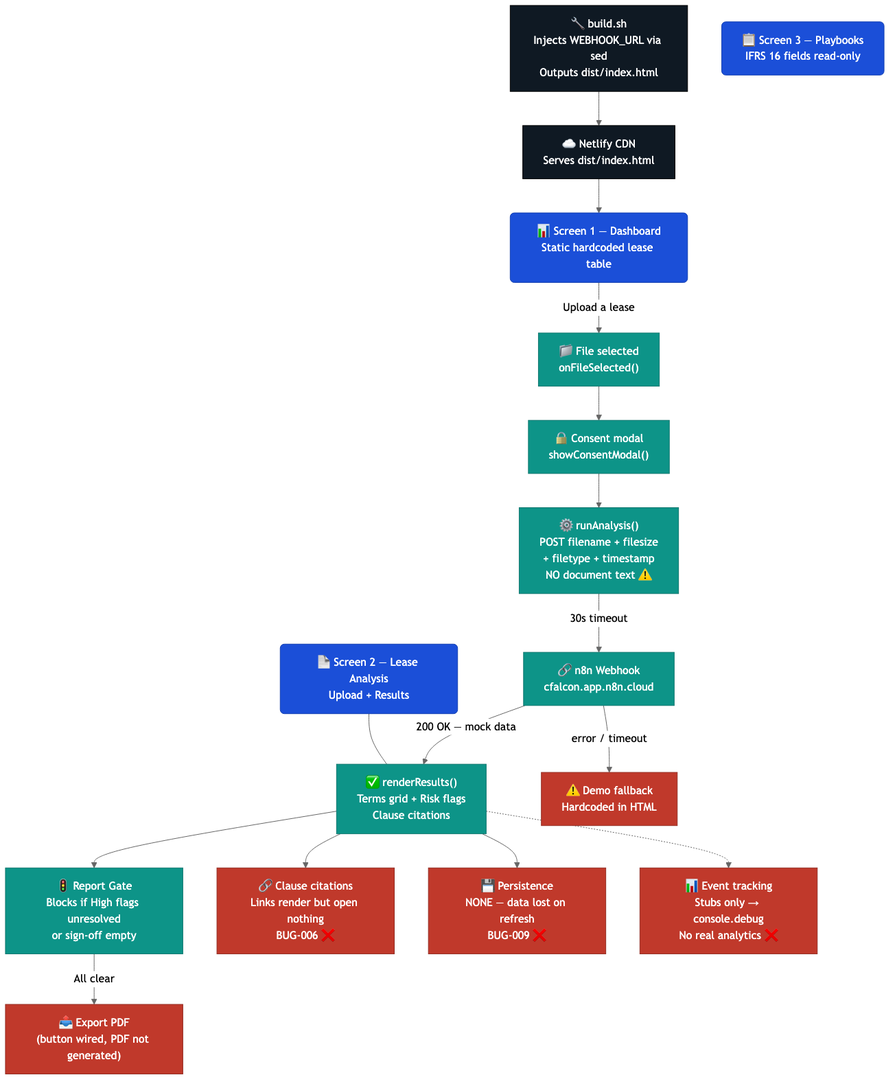
Before: architecture/diagrams/frontend-current.png, a diagram exported from Mermaid (kamalbhatiapm/LeaseComplianceApp). Its source is kept beside it as architecture/diagrams/frontend-current.mmd. Its diagram source:
```mermaid
flowchart TD
    classDef screen fill:#1B4FD8,stroke:#1340B0,color:#fff,rx:6
    classDef action fill:#0D9488,stroke:#0F766E,color:#fff
    classDef gap fill:#C0392B,stroke:#922B21,color:#fff
    classDef storage fill:#6B7E8D,stroke:#3D4F5C,color:#fff
    classDef build fill:#0F1923,stroke:#000,color:#fff

    BUILD["🔧 build.sh\nInjects WEBHOOK_URL via sed\nOutputs dist/index.html"]:::build
    NETLIFY["☁️ Netlify CDN\nServes dist/index.html"]:::build

    BUILD --> NETLIFY

    NETLIFY --> S1

    S1["📊 Screen 1 — Dashboard\nStatic hardcoded lease table"]:::screen
    S2["📄 Screen 2 — Lease Analysis\nUpload + Results"]:::screen
    S3["📋 Screen 3 — Playbooks\nIFRS 16 fields read-only"]:::screen

    S1 -->|"Upload a lease"| UPLOAD
    UPLOAD["📁 File selected\nonFileSelected()"]:::action
    CONSENT["🔒 Consent modal\nshowConsentModal()"]:::action
    UPLOAD --> CONSENT --> ANALYZE

    ANALYZE["⚙️ runAnalysis()\nPOST filename + filesize\n+ filetype + timestamp\nNO document text ⚠️"]:::action

    ANALYZE -->|"30s timeout"| WEBHOOK
    WEBHOOK["🔗 n8n Webhook\ncfalcon.app.n8n.cloud"]:::action

    WEBHOOK -->|"200 OK — mock data"| RESULTS
    WEBHOOK -->|"error / timeout"| DEMO

    DEMO["⚠️ Demo fallback\nHardcoded in HTML"]:::gap
    RESULTS["✅ renderResults()\nTerms grid + Risk flags\nClause citations"]:::action

    RESULTS --> GATE
    GATE["🚦 Report Gate\nBlocks if High flags unresolved\nor sign-off empty"]:::action

    GATE -->|"All clear"| EXPORT
    EXPORT["📤 Export PDF\n(button wired, PDF not generated)"]:::gap

    RESULTS --> CITATIONS
    CITATIONS["🔗 Clause citations\nLinks render but open nothing\nBUG-006 ❌"]:::gap

    RESULTS --> PERSIST
    PERSIST["💾 Persistence\nNONE — data lost on refresh\nBUG-009 ❌"]:::gap

    TRACKING["📊 Event tracking\nStubs only → console.debug\nNo real analytics ❌"]:::gap
    RESULTS -.-> TRACKING

    S2 --- RESULTS
```
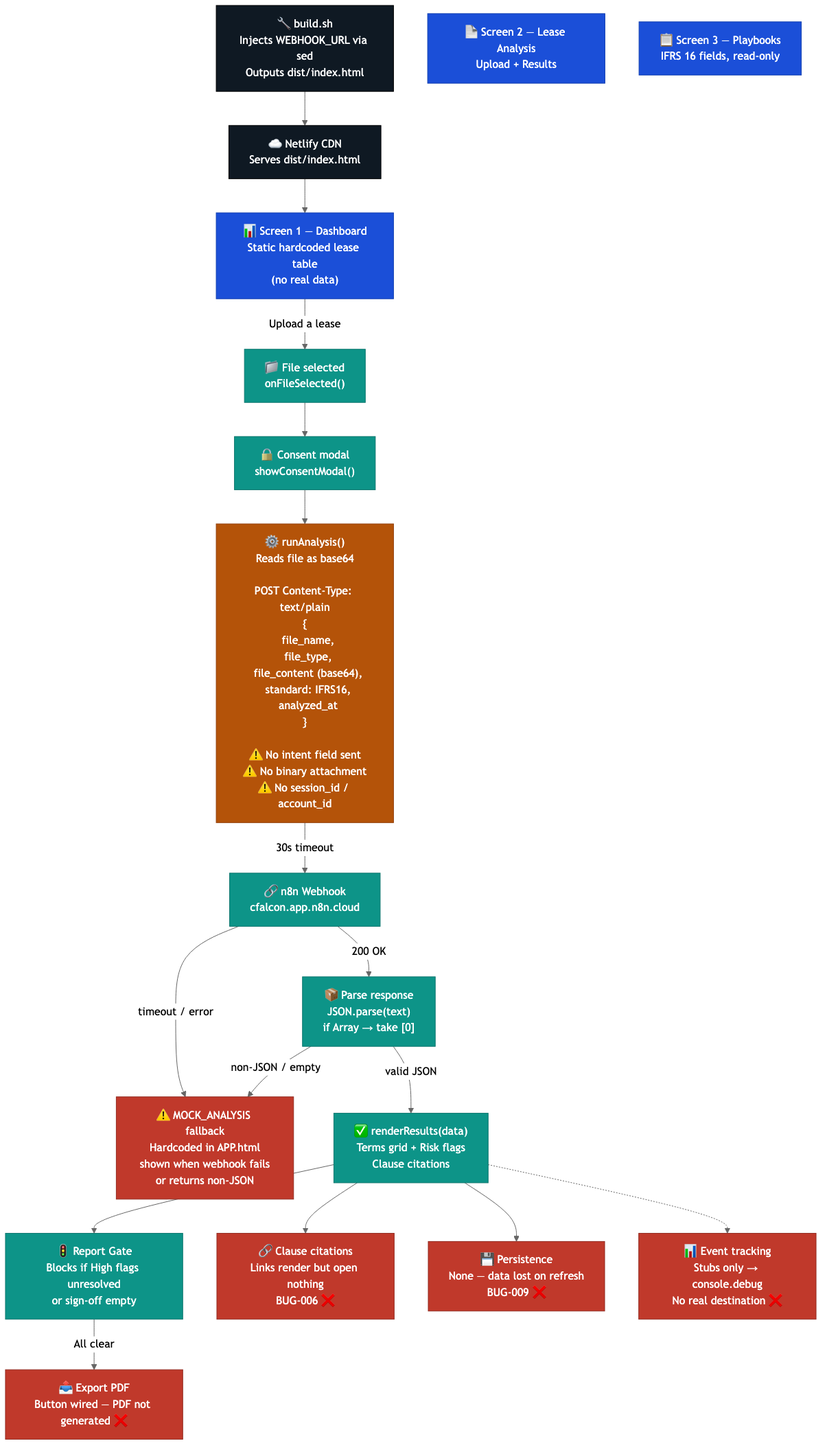
After the change.

Commit message:
docs: correct current state architecture diagrams based on actual workflow

The edit, as a diff of the source:
```diff
@@ -1,50 +1,49 @@
 flowchart TD
-    classDef screen fill:#1B4FD8,stroke:#1340B0,color:#fff,rx:6
+    classDef screen fill:#1B4FD8,stroke:#1340B0,color:#fff
     classDef action fill:#0D9488,stroke:#0F766E,color:#fff
     classDef gap fill:#C0392B,stroke:#922B21,color:#fff
-    classDef storage fill:#6B7E8D,stroke:#3D4F5C,color:#fff
     classDef build fill:#0F1923,stroke:#000,color:#fff
+    classDef warn fill:#B45309,stroke:#92400E,color:#fff
 
     BUILD["🔧 build.sh\nInjects WEBHOOK_URL via sed\nOutputs dist/index.html"]:::build
     NETLIFY["☁️ Netlify CDN\nServes dist/index.html"]:::build
+    BUILD --> NETLIFY --> S1
 
-    BUILD --> NETLIFY
-
-    NETLIFY --> S1
-
-    S1["📊 Screen 1 — Dashboard\nStatic hardcoded lease table"]:::screen
+    S1["📊 Screen 1 — Dashboard\nStatic hardcoded lease table\n(no real data)"]:::screen
     S2["📄 Screen 2 — Lease Analysis\nUpload + Results"]:::screen
-    S3["📋 Screen 3 — Playbooks\nIFRS 16 fields read-only"]:::screen
+    S3["📋 Screen 3 — Playbooks\nIFRS 16 fields, read-only"]:::screen
 
     S1 -->|"Upload a lease"| UPLOAD
     UPLOAD["📁 File selected\nonFileSelected()"]:::action
     CONSENT["🔒 Consent modal\nshowConsentModal()"]:::action
     UPLOAD --> CONSENT --> ANALYZE
 
-    ANALYZE["⚙️ runAnalysis()\nPOST filename + filesize\n+ filetype + timestamp\nNO document text ⚠️"]:::action
+    ANALYZE["⚙️ runAnalysis()\nReads file as base64\n\nPOST Content-Type: text/plain\n{\n  file_name,\n  file_type,\n  file_content (base64),\n  standard: IFRS16,\n  analyzed_at\n}\n\n⚠️ No intent field sent\n⚠️ No binary attachment\n⚠️ No session_id / account_id"]:::warn
 
     ANALYZE -->|"30s timeout"| WEBHOOK
     WEBHOOK["🔗 n8n Webhook\ncfalcon.app.n8n.cloud"]:::action
 
-    WEBHOOK -->|"200 OK — mock data"| RESULTS
-    WEBHOOK -->|"error / timeout"| DEMO
+    WEBHOOK -->|"200 OK"| PARSE
+    WEBHOOK -->|"timeout / error"| DEMO
 
-    DEMO["⚠️ Demo fallback\nHardcoded in HTML"]:::gap
-    RESULTS["✅ renderResults()\nTerms grid + Risk flags\nClause citations"]:::action
+    PARSE["📦 Parse response\nJSON.parse(text)\nif Array → take [0]"]:::action
+    PARSE -->|"valid JSON"| RESULTS
+    PARSE -->|"non-JSON / empty"| DEMO
 
+    DEMO["⚠️ MOCK_ANALYSIS fallback\nHardcoded in APP.html\nshown when webhook fails\nor returns non-JSON"]:::gap
+
+    RESULTS["✅ renderResults(data)\nTerms grid + Risk flags\nClause citations"]:::action
     RESULTS --> GATE
+
     GATE["🚦 Report Gate\nBlocks if High flags unresolved\nor sign-off empty"]:::action
+    GATE -->|"All clear"| EXPORT
 
-    GATE -->|"All clear"| EXPORT
-    EXPORT["📤 Export PDF\n(button wired, PDF not generated)"]:::gap
+    EXPORT["📤 Export PDF\nButton wired — PDF not generated ❌"]:::gap
+
+    CITATIONS["🔗 Clause citations\nLinks render but open nothing\nBUG-006 ❌"]:::gap
+    PERSIST["💾 Persistence\nNone — data lost on refresh\nBUG-009 ❌"]:::gap
+    TRACKING["📊 Event tracking\nStubs only → console.debug\nNo real destination ❌"]:::gap
 
     RESULTS --> CITATIONS
-    CITATIONS["🔗 Clause citations\nLinks render but open nothing\nBUG-006 ❌"]:::gap
-
     RESULTS --> PERSIST
-    PERSIST["💾 Persistence\nNONE — data lost on refresh\nBUG-009 ❌"]:::gap
-
-    TRACKING["📊 Event tracking\nStubs only → console.debug\nNo real analytics ❌"]:::gap
     RESULTS -.-> TRACKING
-
-    S2 --- RESULTS
```
